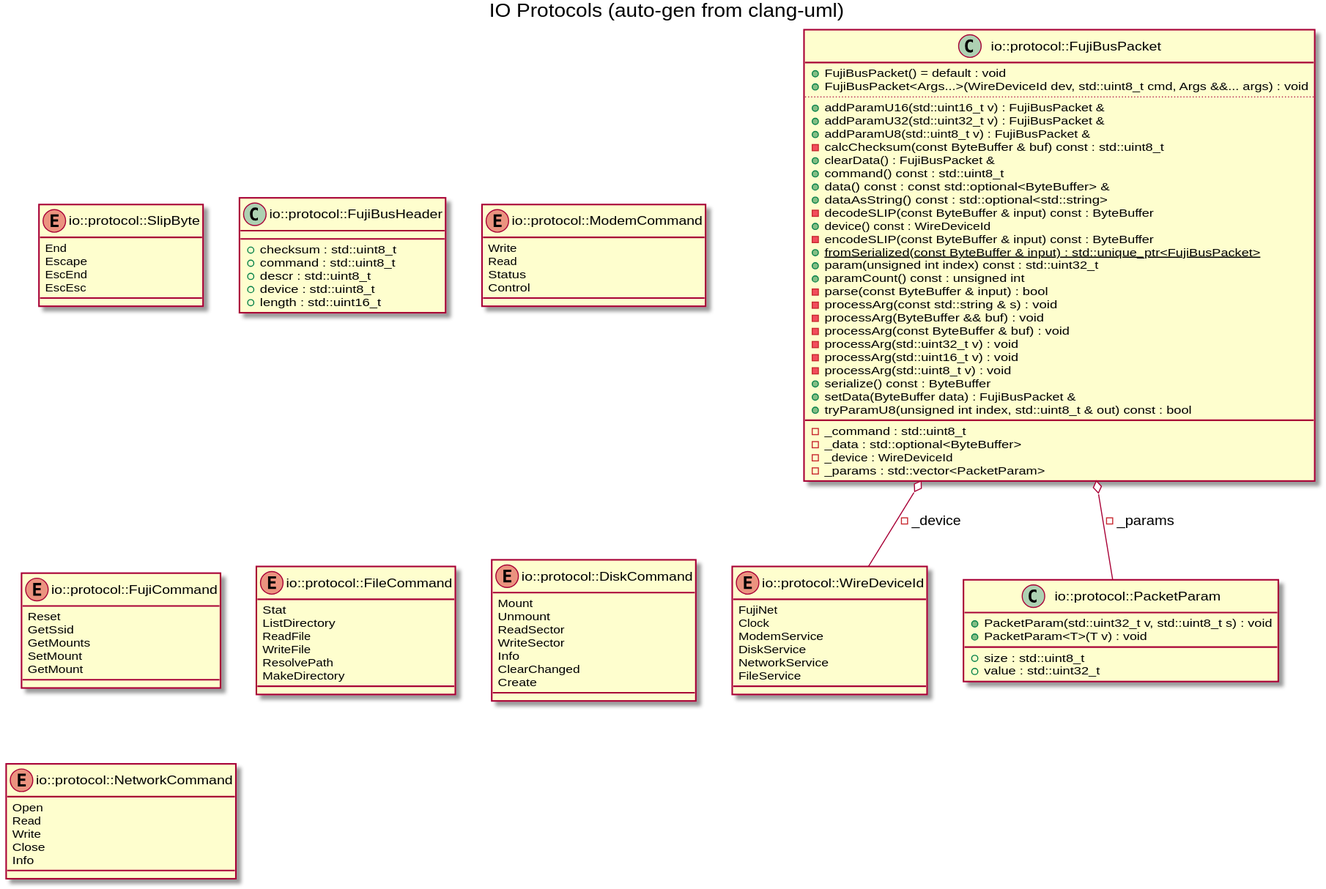
markjfisher/fujinet-nio keeps this PlantUML diagram as docs/images/gen_io_protocol.svg. Above is the earlier version.
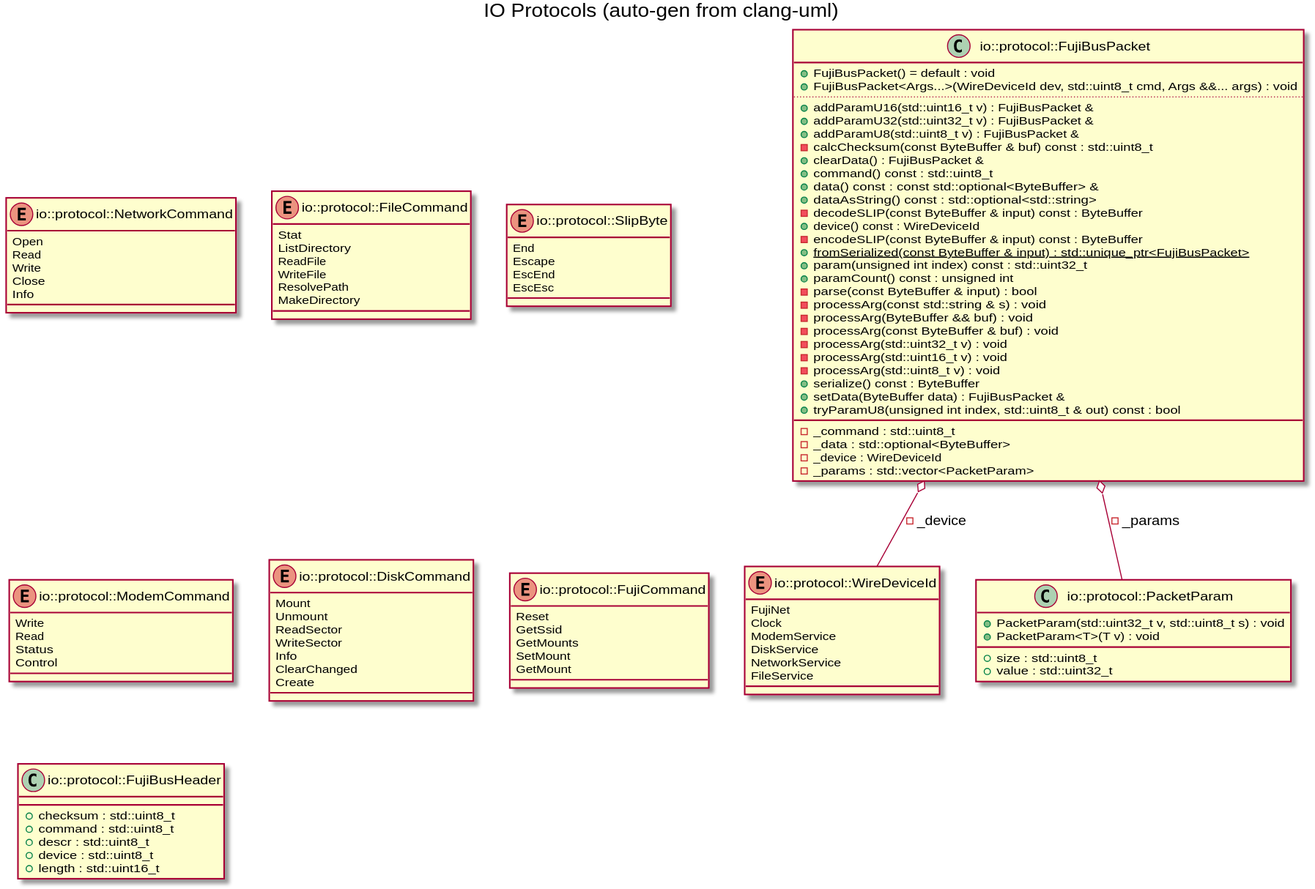
Later version of the same file.

What changed in the source:
```diff
@@ -8,6 +8,23 @@
 DiskService
 NetworkService
 FileService
+}
+enum "io::protocol::NetworkCommand" as C_0007700754280455587098
+enum C_0007700754280455587098 {
+Open
+Read
+Write
+Close
+Info
+}
+enum "io::protocol::FileCommand" as C_0003895064208135060769
+enum C_0003895064208135060769 {
+Stat
+ListDirectory
+ReadFile
+WriteFile
+ResolvePath
+MakeDirectory
 }
 enum "io::protocol::SlipByte" as C_0010627602090167488081
 enum C_0010627602090167488081 {
@@ -59,38 +76,12 @@
 -_device : WireDeviceId
 -_params : std::vector<PacketParam>
 }
-class "io::protocol::FujiBusHeader" as C_0009954510640382192371
-class C_0009954510640382192371 {
-__
-+checksum : std::uint8_t
-+command : std::uint8_t
-+descr : std::uint8_t
-+device : std::uint8_t
-+length : std::uint16_t
-}
 enum "io::protocol::ModemCommand" as C_0010997942004027913014
 enum C_0010997942004027913014 {
 Write
 Read
 Status
 Control
-}
-enum "io::protocol::FujiCommand" as C_0004628219160953719395
-enum C_0004628219160953719395 {
-Reset
-GetSsid
-GetMounts
-SetMount
-GetMount
-}
-enum "io::protocol::FileCommand" as C_0003895064208135060769
-enum C_0003895064208135060769 {
-Stat
-ListDirectory
-ReadFile
-WriteFile
-ResolvePath
-MakeDirectory
 }
 enum "io::protocol::DiskCommand" as C_0015699043703645047876
 enum C_0015699043703645047876 {
@@ -102,13 +93,22 @@
 ClearChanged
 Create
 }
-enum "io::protocol::NetworkCommand" as C_0007700754280455587098
-enum C_0007700754280455587098 {
-Open
-Read
-Write
-Close
-Info
+enum "io::protocol::FujiCommand" as C_0004628219160953719395
+enum C_0004628219160953719395 {
+Reset
+GetSsid
+GetMounts
+SetMount
+GetMount
+}
+class "io::protocol::FujiBusHeader" as C_0009954510640382192371
+class C_0009954510640382192371 {
+__
++checksum : std::uint8_t
++command : std::uint8_t
++descr : std::uint8_t
++device : std::uint8_t
++length : std::uint16_t
 }
 C_0017232777488057089840 o-- C_0015225225004340369839 : -_device
 C_0017232777488057089840 o-- C_0003277087640557799971 : -_params
```
